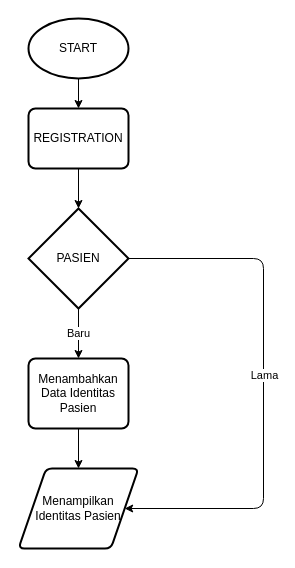
This is hospital-admission.drawio from Jarramdhan28/MuhamadFajarRamdhanGinawan-HospitalAdmission-App, a draw.io file, before an edit. Source tidied: cells renumbered, new cells numbered last; positions are measured from the earlier drawing's top-left corner, leaving out a move shared by most shapes. Both pictures are drawn from the tidied source at 100%, with x=0, y=0 at pixel (18, 18).
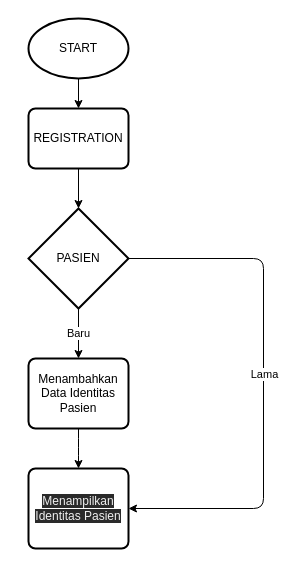
The same page after the edit.

Commit message:
feat : update percabangan pasien in flowchat

What changed in the source:
```diff
@@
 <mxGraphModel>
   <root>
     <mxCell id="0" />
     <mxCell id="1" parent="0" />
     <mxCell id="2" style="edgeStyle=none;html=1;exitX=0.5;exitY=1;exitDx=0;exitDy=0;exitPerimeter=0;entryX=0.5;entryY=0;entryDx=0;entryDy=0;" parent="1" edge="1" source="3" target="5">
       <mxGeometry relative="1" as="geometry" />
     </mxCell>
     <mxCell id="3" value="START" style="strokeWidth=2;html=1;shape=mxgraph.flowchart.start_1;whiteSpace=wrap;" parent="1" vertex="1">
       <mxGeometry x="10" width="100" height="60" as="geometry" />
     </mxCell>
     <mxCell id="4" style="edgeStyle=none;html=1;exitX=0.5;exitY=1;exitDx=0;exitDy=0;" parent="1" edge="1" source="5" target="9">
       <mxGeometry relative="1" as="geometry" />
     </mxCell>
     <mxCell id="5" value="REGISTRATION" style="rounded=1;whiteSpace=wrap;html=1;absoluteArcSize=1;arcSize=14;strokeWidth=2;" parent="1" vertex="1">
       <mxGeometry x="10" y="90" width="100" height="60" as="geometry" />
     </mxCell>
     <mxCell id="6" value="Baru" style="edgeStyle=orthogonalEdgeStyle;html=1;exitX=0.5;exitY=1;exitDx=0;exitDy=0;exitPerimeter=0;entryX=0.5;entryY=0;entryDx=0;entryDy=0;" parent="1" edge="1" source="9" target="11">
       <mxGeometry relative="1" as="geometry" />
     </mxCell>
     <mxCell id="7" style="edgeStyle=orthogonalEdgeStyle;html=1;exitX=1;exitY=0.5;exitDx=0;exitDy=0;exitPerimeter=0;entryX=1;entryY=0.5;entryDx=0;entryDy=0;" parent="1" edge="1" source="9" target="12">
       <mxGeometry relative="1" as="geometry">
         <Array as="points">
           <mxPoint x="245" y="240" />
           <mxPoint x="245" y="490" />
         </Array>
       </mxGeometry>
     </mxCell>
     <mxCell id="8" value="Lama" style="edgeLabel;html=1;align=center;verticalAlign=middle;" parent="7" vertex="1">
       <mxGeometry x="-0.04" relative="1" as="geometry" />
     </mxCell>
     <mxCell id="9" value="PASIEN" style="strokeWidth=2;html=1;shape=mxgraph.flowchart.decision;whiteSpace=wrap;" parent="1" vertex="1">
       <mxGeometry x="10" y="190" width="100" height="100" as="geometry" />
     </mxCell>
-    <mxCell id="10" style="edgeStyle=orthogonalEdgeStyle;html=1;exitX=0.5;exitY=1;exitDx=0;exitDy=0;" parent="1" edge="1" source="11" target="12">
-      <mxGeometry relative="1" as="geometry" />
+    <mxCell id="10" style="edgeStyle=orthogonalEdgeStyle;html=1;exitX=0.5;exitY=1;exitDx=0;exitDy=0;" parent="1" edge="1" source="11">
+      <mxGeometry relative="1" as="geometry">
+        <mxPoint x="60" y="450" as="targetPoint" />
+      </mxGeometry>
     </mxCell>
     <mxCell id="11" value="Menambahkan Data Identitas Pasien" style="rounded=1;whiteSpace=wrap;html=1;absoluteArcSize=1;arcSize=14;strokeWidth=2;" parent="1" vertex="1">
       <mxGeometry x="10" y="340" width="100" height="70" as="geometry" />
     </mxCell>
-    <mxCell id="12" value="Menampilkan Identitas Pasien" style="shape=parallelogram;html=1;strokeWidth=2;perimeter=parallelogramPerimeter;whiteSpace=wrap;rounded=1;arcSize=12;size=0.23;" parent="1" vertex="1">
-      <mxGeometry y="450" width="120" height="80" as="geometry" />
+    <mxCell id="12" value="&#10;&#10;&lt;span style=&quot;color: rgb(240, 240, 240); font-family: helvetica; font-size: 12px; font-style: normal; font-weight: 400; letter-spacing: normal; text-align: center; text-indent: 0px; text-transform: none; word-spacing: 0px; background-color: rgb(42, 42, 42); display: inline; float: none;&quot;&gt;Menampilkan Identitas Pasien&lt;/span&gt;&#10;&#10;" style="rounded=1;whiteSpace=wrap;html=1;absoluteArcSize=1;arcSize=14;strokeWidth=2;" parent="1" vertex="1">
+      <mxGeometry x="10" y="450" width="100" height="80" as="geometry" />
     </mxCell>
   </root>
 </mxGraphModel>
```
